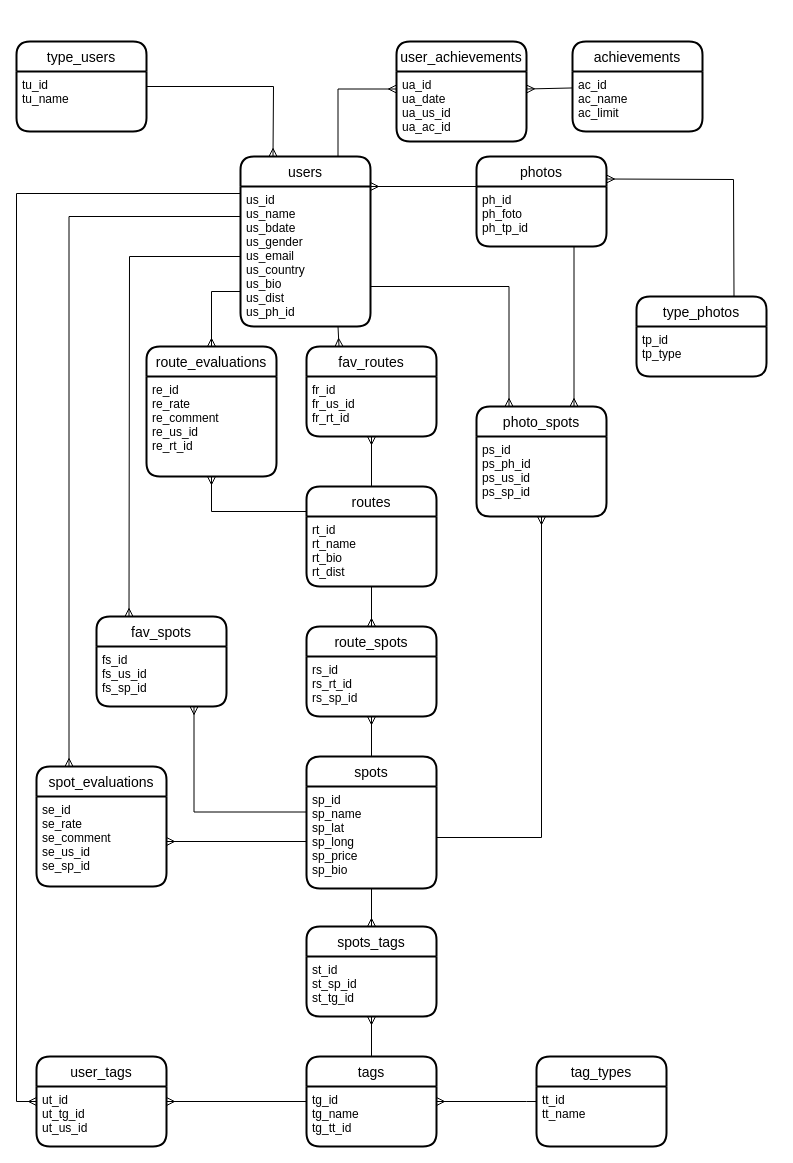
felipesabbado/Ulide keeps this draw.io diagram as Base de dados/Diagrama_base_de_dados.drawio. Above is the earlier version. Source tidied: cells renumbered, new cells numbered last; positions are measured from the earlier drawing's top-left corner, leaving out a move shared by most shapes. Both pictures are drawn from the tidied source at 100%, with x=0, y=0 at pixel (16, 41).
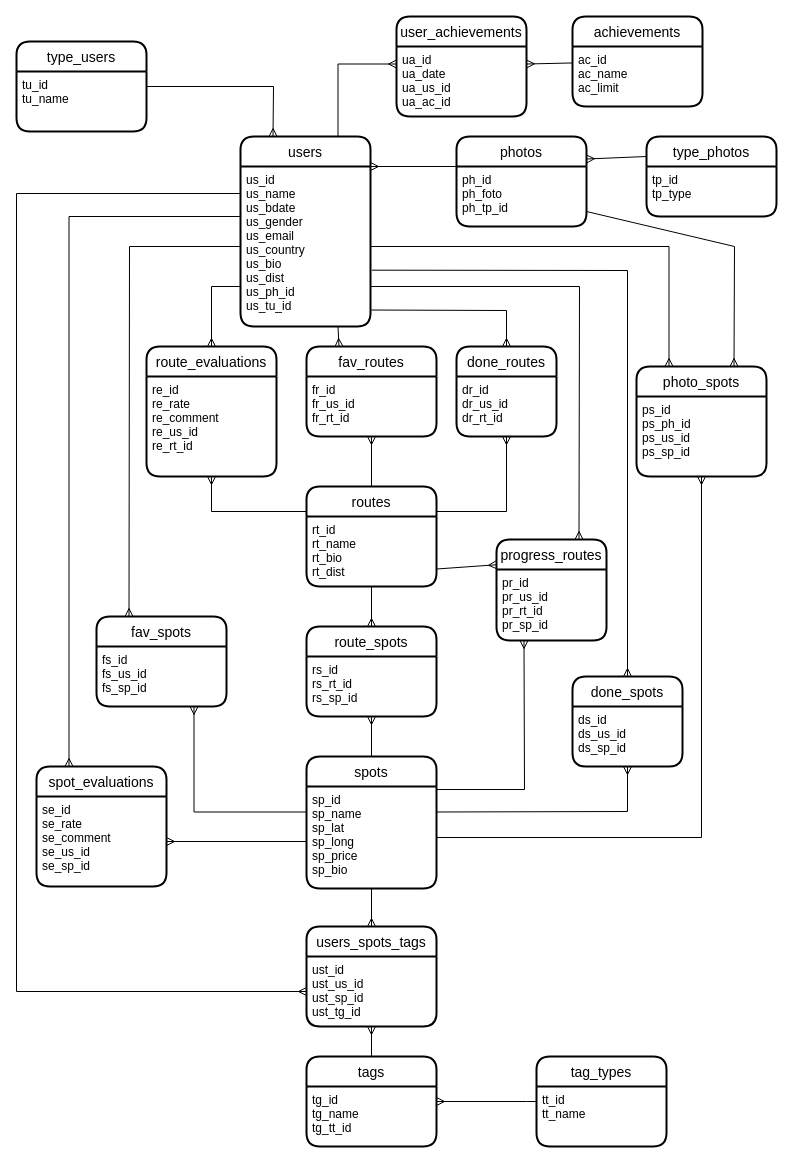
After the change.

Commit message (it also covers changes not shown here):
Update Data Base Diagram

Unchanged cells that the change refers to:
```xml
<mxCell id="15" value="routes" style="swimlane;horizontal=1;startSize=30;rounded=1;fontSize=14;fontStyle=0;strokeWidth=2;shadow=0;dashed=0;align=center;" parent="1" vertex="1">
  <mxGeometry x="290" y="445" width="130" height="100" as="geometry" />
</mxCell>
<mxCell id="16" value="rt_id&#10;rt_name&#10;rt_bio&#10;rt_dist" style="align=left;strokeColor=none;fillColor=none;spacingLeft=4;fontSize=12;verticalAlign=top;" parent="15" vertex="1">
  <mxGeometry y="30" width="130" height="70" as="geometry" />
</mxCell>
<mxCell id="20" value="spots" style="swimlane;horizontal=1;startSize=30;rounded=1;fontSize=14;fontStyle=0;strokeWidth=2;shadow=0;dashed=0;align=center;" parent="1" vertex="1">
  <mxGeometry x="290" y="715" width="130" height="132" as="geometry" />
</mxCell>
<mxCell id="21" value="sp_id&#10;sp_name&#10;sp_lat&#10;sp_long&#10;sp_price&#10;sp_bio" style="align=left;strokeColor=none;fillColor=none;spacingLeft=4;fontSize=12;verticalAlign=top;" parent="20" vertex="1">
  <mxGeometry y="30" width="130" height="102" as="geometry" />
</mxCell>
<mxCell id="26" value="tg_id&#10;tg_name&#10;tg_tt_id" style="align=left;strokeColor=none;fillColor=none;spacingLeft=4;fontSize=12;verticalAlign=top;" parent="25" vertex="1">
  <mxGeometry y="30" width="130" height="60" as="geometry" />
</mxCell>
<mxCell id="27" value="route_evaluations" style="swimlane;horizontal=1;startSize=30;rounded=1;fontSize=14;fontStyle=0;strokeWidth=2;shadow=0;dashed=0;align=center;" parent="1" vertex="1">
  <mxGeometry x="130" y="305" width="130" height="130" as="geometry" />
</mxCell>
<mxCell id="33" value="fav_spots" style="swimlane;horizontal=1;startSize=30;rounded=1;fontSize=14;fontStyle=0;strokeWidth=2;shadow=0;dashed=0;align=center;" parent="1" vertex="1">
  <mxGeometry x="80" y="575" width="130" height="90" as="geometry" />
</mxCell>
<mxCell id="42" value="ua_id&#10;ua_date&#10;ua_us_id&#10;ua_ac_id" style="align=left;strokeColor=none;fillColor=none;spacingLeft=4;fontSize=12;verticalAlign=top;" parent="41" vertex="1">
  <mxGeometry y="30" width="130" height="70" as="geometry" />
</mxCell>
<mxCell id="53" value="ph_id&#10;ph_foto&#10;ph_tp_id" style="align=left;strokeColor=none;fillColor=none;spacingLeft=4;fontSize=12;verticalAlign=top;" parent="52" vertex="1">
  <mxGeometry y="30" width="130" height="60" as="geometry" />
</mxCell>
<mxCell id="57" value="ps_id&#10;ps_ph_id&#10;ps_us_id&#10;ps_sp_id" style="align=left;strokeColor=none;fillColor=none;spacingLeft=4;fontSize=12;verticalAlign=top;" parent="56" vertex="1">
  <mxGeometry y="30" width="130" height="80" as="geometry" />
</mxCell>
```

Change to the diagram source:
```diff
@@
     <mxCell id="8" style="fontSize=12;html=1;endArrow=ERmany;rounded=0;exitX=0;exitY=0.75;exitDx=0;exitDy=0;entryX=0.5;entryY=0;entryDx=0;entryDy=0;" parent="1" edge="1" source="10" target="27">
       <mxGeometry relative="1" as="geometry">
         <Array as="points">
-          <mxPoint x="195" y="250" />
+          <mxPoint x="195" y="245" />
         </Array>
       </mxGeometry>
     </mxCell>
+    <mxCell id="61" style="edgeStyle=none;rounded=0;jettySize=auto;html=1;exitX=1.01;exitY=0.648;exitDx=0;exitDy=0;entryX=0.5;entryY=0;entryDx=0;entryDy=0;startArrow=none;startFill=0;endArrow=ERmany;endFill=0;exitPerimeter=0;" parent="1" edge="1" source="10" target="67">
+      <mxGeometry relative="1" as="geometry">
+        <Array as="points">
+          <mxPoint x="611" y="229" />
+        </Array>
+      </mxGeometry>
+    </mxCell>
     <mxCell id="9" value="users" style="swimlane;horizontal=1;startSize=30;rounded=1;fontSize=14;fontStyle=0;strokeWidth=2;shadow=0;dashed=0;align=center;" parent="1" vertex="1">
-      <mxGeometry x="224" y="115" width="130" height="170" as="geometry" />
+      <mxGeometry x="224" y="95" width="130" height="190" as="geometry" />
     </mxCell>
-    <mxCell id="10" value="us_id&#10;us_name&#10;us_bdate&#10;us_gender&#10;us_email&#10;us_country&#10;us_bio&#10;us_dist&#10;us_ph_id" style="align=left;strokeColor=none;fillColor=none;spacingLeft=4;fontSize=12;verticalAlign=top;" parent="9" vertex="1">
-      <mxGeometry y="30" width="130" height="140" as="geometry" />
+    <mxCell id="10" value="us_id&#10;us_name&#10;us_bdate&#10;us_gender&#10;us_email&#10;us_country&#10;us_bio&#10;us_dist&#10;us_ph_id&#10;us_tu_id" style="align=left;strokeColor=none;fillColor=none;spacingLeft=4;fontSize=12;verticalAlign=top;" parent="9" vertex="1">
+      <mxGeometry y="30" width="130" height="160" as="geometry" />
     </mxCell>
@@
+    <mxCell id="62" style="edgeStyle=none;rounded=0;jettySize=auto;html=1;exitX=1;exitY=0.25;exitDx=0;exitDy=0;startArrow=none;startFill=0;endArrow=ERmany;endFill=0;entryX=0.5;entryY=1;entryDx=0;entryDy=0;" parent="1" edge="1" source="15" target="66">
+      <mxGeometry relative="1" as="geometry">
+        <Array as="points">
+          <mxPoint x="490" y="470" />
+        </Array>
+      </mxGeometry>
+    </mxCell>
@@
-    <mxCell id="22" value="spots_tags" style="swimlane;horizontal=1;startSize=30;rounded=1;fontSize=14;fontStyle=0;strokeWidth=2;shadow=0;dashed=0;align=center;" parent="1" vertex="1">
-      <mxGeometry x="290" y="885" width="130" height="90" as="geometry" />
+    <mxCell id="22" value="users_spots_tags" style="swimlane;horizontal=1;startSize=30;rounded=1;fontSize=14;fontStyle=0;strokeWidth=2;shadow=0;dashed=0;align=center;" parent="1" vertex="1">
+      <mxGeometry x="290" y="885" width="130" height="100" as="geometry" />
     </mxCell>
-    <mxCell id="23" value="st_id&#10;st_sp_id&#10;st_tg_id" style="align=left;strokeColor=none;fillColor=none;spacingLeft=4;fontSize=12;verticalAlign=top;" parent="22" vertex="1">
-      <mxGeometry y="30" width="130" height="60" as="geometry" />
+    <mxCell id="23" value="ust_id&#10;ust_us_id&#10;ust_sp_id&#10;ust_tg_id" style="align=left;strokeColor=none;fillColor=none;spacingLeft=4;fontSize=12;verticalAlign=top;" parent="22" vertex="1">
+      <mxGeometry y="30" width="130" height="70" as="geometry" />
     </mxCell>
@@
     <mxCell id="36" style="edgeStyle=none;rounded=0;jettySize=auto;html=1;startArrow=none;startFill=0;endArrow=ERmany;endFill=0;entryX=0.25;entryY=0;entryDx=0;entryDy=0;exitX=0;exitY=0.5;exitDx=0;exitDy=0;" parent="1" edge="1" source="10" target="33">
       <mxGeometry relative="1" as="geometry">
         <Array as="points">
-          <mxPoint x="113" y="215" />
+          <mxPoint x="113" y="205" />
         </Array>
       </mxGeometry>
     </mxCell>
@@
     <mxCell id="39" style="edgeStyle=orthogonalEdgeStyle;rounded=0;jettySize=auto;html=1;entryX=0.75;entryY=0;entryDx=0;entryDy=0;startArrow=ERmany;startFill=0;endArrow=none;endFill=0;exitX=0;exitY=0.25;exitDx=0;exitDy=0;" parent="1" edge="1" source="42" target="9">
       <mxGeometry relative="1" as="geometry">
         <Array as="points">
-          <mxPoint x="322" y="48" />
+          <mxPoint x="322" y="23" />
         </Array>
       </mxGeometry>
     </mxCell>
@@
     <mxCell id="41" value="user_achievements" style="swimlane;horizontal=1;startSize=30;rounded=1;fontSize=14;fontStyle=0;strokeWidth=2;shadow=0;dashed=0;align=center;" parent="1" vertex="1">
-      <mxGeometry x="380" width="130" height="100" as="geometry" />
+      <mxGeometry x="380" y="-25" width="130" height="100" as="geometry" />
     </mxCell>
@@
-    <mxCell id="44" value="user_tags" style="swimlane;horizontal=1;startSize=30;rounded=1;fontSize=14;fontStyle=0;strokeWidth=2;shadow=0;dashed=0;align=center;" parent="1" vertex="1">
-      <mxGeometry x="20" y="1015" width="130" height="90" as="geometry" />
-    </mxCell>
-    <mxCell id="45" value="ut_id&#10;ut_tg_id&#10;ut_us_id" style="align=left;strokeColor=none;fillColor=none;spacingLeft=4;fontSize=12;verticalAlign=top;" parent="44" vertex="1">
-      <mxGeometry y="30" width="130" height="60" as="geometry" />
-    </mxCell>
-    <mxCell id="46" style="edgeStyle=orthogonalEdgeStyle;rounded=0;jettySize=auto;html=1;startArrow=none;startFill=0;endArrow=ERmany;endFill=0;entryX=1;entryY=0.25;entryDx=0;entryDy=0;exitX=0;exitY=0.25;exitDx=0;exitDy=0;" parent="1" edge="1" source="26" target="45">
-      <mxGeometry relative="1" as="geometry" />
-    </mxCell>
     <mxCell id="47" value="achievements" style="swimlane;horizontal=1;startSize=30;rounded=1;fontSize=14;fontStyle=0;strokeWidth=2;shadow=0;dashed=0;align=center;" parent="1" vertex="1">
-      <mxGeometry x="556" width="130" height="90" as="geometry" />
+      <mxGeometry x="556" y="-25" width="130" height="90" as="geometry" />
     </mxCell>
@@
-    <mxCell id="49" style="edgeStyle=none;rounded=0;jettySize=auto;html=1;startArrow=ERmany;startFill=0;endArrow=none;endFill=0;entryX=0.75;entryY=0;entryDx=0;entryDy=0;exitX=1;exitY=0.25;exitDx=0;exitDy=0;" parent="1" edge="1" source="52" target="54">
-      <mxGeometry relative="1" as="geometry">
-        <Array as="points">
-          <mxPoint x="717" y="138" />
-        </Array>
-      </mxGeometry>
-    </mxCell>
@@
-    <mxCell id="51" style="rounded=0;jettySize=auto;html=1;startArrow=none;startFill=0;endArrow=ERmany;endFill=0;exitX=0.75;exitY=1;exitDx=0;exitDy=0;entryX=0.75;entryY=0;entryDx=0;entryDy=0;" parent="1" edge="1" source="53" target="56">
-      <mxGeometry relative="1" as="geometry" />
+    <mxCell id="51" style="rounded=0;jettySize=auto;html=1;startArrow=none;startFill=0;endArrow=ERmany;endFill=0;entryX=0.75;entryY=0;entryDx=0;entryDy=0;exitX=1;exitY=0.75;exitDx=0;exitDy=0;" parent="1" edge="1" source="53" target="56">
+      <mxGeometry relative="1" as="geometry">
+        <Array as="points">
+          <mxPoint x="718" y="205" />
+        </Array>
+      </mxGeometry>
     </mxCell>
     <mxCell id="52" value="photos" style="swimlane;horizontal=1;startSize=30;rounded=1;fontSize=14;fontStyle=0;strokeWidth=2;shadow=0;dashed=0;align=center;" parent="1" vertex="1">
-      <mxGeometry x="460" y="115" width="130" height="90" as="geometry" />
+      <mxGeometry x="440" y="95" width="130" height="90" as="geometry" />
     </mxCell>
@@
+    <mxCell id="63" style="rounded=0;jettySize=auto;html=1;exitX=0;exitY=0.25;exitDx=0;exitDy=0;entryX=1;entryY=0.25;entryDx=0;entryDy=0;endArrow=ERmany;endFill=0;" parent="1" edge="1" source="54" target="52">
+      <mxGeometry relative="1" as="geometry" />
+    </mxCell>
     <mxCell id="54" value="type_photos" style="swimlane;horizontal=1;startSize=30;rounded=1;fontSize=14;fontStyle=0;strokeWidth=2;shadow=0;dashed=0;align=center;" parent="1" vertex="1">
-      <mxGeometry x="620" y="255" width="130" height="80" as="geometry" />
+      <mxGeometry x="630" y="95" width="130" height="80" as="geometry" />
     </mxCell>
@@
     <mxCell id="56" value="photo_spots" style="swimlane;horizontal=1;startSize=30;rounded=1;fontSize=14;fontStyle=0;strokeWidth=2;shadow=0;dashed=0;align=center;" parent="1" vertex="1">
-      <mxGeometry x="460" y="365" width="130" height="110" as="geometry" />
+      <mxGeometry x="620" y="325" width="130" height="110" as="geometry" />
     </mxCell>
@@
-    <mxCell id="58" style="edgeStyle=orthogonalEdgeStyle;rounded=0;jettySize=auto;html=1;entryX=0.25;entryY=0;entryDx=0;entryDy=0;startArrow=none;startFill=0;endArrow=ERmany;endFill=0;exitX=1;exitY=0.837;exitDx=0;exitDy=0;exitPerimeter=0;" parent="1" edge="1" source="10" target="56">
+    <mxCell id="58" style="edgeStyle=orthogonalEdgeStyle;rounded=0;jettySize=auto;html=1;entryX=0.25;entryY=0;entryDx=0;entryDy=0;startArrow=none;startFill=0;endArrow=ERmany;endFill=0;exitX=1;exitY=0.5;exitDx=0;exitDy=0;" parent="1" edge="1" source="10" target="56">
       <mxGeometry relative="1" as="geometry">
         <Array as="points">
-          <mxPoint x="492" y="245" />
+          <mxPoint x="652" y="205" />
         </Array>
       </mxGeometry>
     </mxCell>
     <mxCell id="59" style="edgeStyle=orthogonalEdgeStyle;rounded=0;jettySize=auto;html=1;entryX=1;entryY=0.5;entryDx=0;entryDy=0;startArrow=ERmany;startFill=0;endArrow=none;endFill=0;exitX=0.5;exitY=1;exitDx=0;exitDy=0;" parent="1" edge="1" source="57" target="21">
       <mxGeometry relative="1" as="geometry">
         <Array as="points">
-          <mxPoint x="525" y="796" />
+          <mxPoint x="685" y="796" />
         </Array>
       </mxGeometry>
     </mxCell>
-    <mxCell id="60" style="edgeStyle=orthogonalEdgeStyle;rounded=0;jettySize=auto;html=1;startArrow=none;startFill=0;endArrow=ERmany;endFill=0;exitX=0;exitY=0.25;exitDx=0;exitDy=0;entryX=0;entryY=0.5;entryDx=0;entryDy=0;" parent="1" edge="1" source="9" target="44">
+    <mxCell id="60" style="edgeStyle=orthogonalEdgeStyle;rounded=0;jettySize=auto;html=1;startArrow=none;startFill=0;endArrow=ERmany;endFill=0;exitX=0;exitY=0.25;exitDx=0;exitDy=0;entryX=0;entryY=0.5;entryDx=0;entryDy=0;" parent="1" edge="1" source="9" target="23">
       <mxGeometry relative="1" as="geometry">
         <Array as="points">
+          <mxPoint x="224" y="152" />
           <mxPoint y="152" />
-          <mxPoint y="1060" />
+          <mxPoint y="950" />
         </Array>
       </mxGeometry>
     </mxCell>
+    <mxCell id="64" style="edgeStyle=none;rounded=0;jettySize=auto;html=1;exitX=0.5;exitY=0;exitDx=0;exitDy=0;entryX=1.007;entryY=0.897;entryDx=0;entryDy=0;entryPerimeter=0;endArrow=none;endFill=0;startArrow=ERmany;startFill=0;" parent="1" edge="1" source="65" target="10">
+      <mxGeometry relative="1" as="geometry">
+        <Array as="points">
+          <mxPoint x="490" y="269" />
+        </Array>
+      </mxGeometry>
+    </mxCell>
+    <mxCell id="65" value="done_routes" style="swimlane;horizontal=1;startSize=30;rounded=1;fontSize=14;fontStyle=0;strokeWidth=2;shadow=0;dashed=0;align=center;" parent="1" vertex="1">
+      <mxGeometry x="440" y="305" width="100" height="90" as="geometry" />
+    </mxCell>
+    <mxCell id="66" value="dr_id&#10;dr_us_id&#10;dr_rt_id" style="align=left;strokeColor=none;fillColor=none;spacingLeft=4;fontSize=12;verticalAlign=top;" parent="65" vertex="1">
+      <mxGeometry y="30" width="100" height="60" as="geometry" />
+    </mxCell>
+    <mxCell id="67" value="done_spots" style="swimlane;horizontal=1;startSize=30;rounded=1;fontSize=14;fontStyle=0;strokeWidth=2;shadow=0;dashed=0;align=center;" parent="1" vertex="1">
+      <mxGeometry x="556" y="635" width="110" height="90" as="geometry" />
+    </mxCell>
+    <mxCell id="68" value="ds_id&#10;ds_us_id&#10;ds_sp_id" style="align=left;strokeColor=none;fillColor=none;spacingLeft=4;fontSize=12;verticalAlign=top;" parent="67" vertex="1">
+      <mxGeometry y="30" width="110" height="60" as="geometry" />
+    </mxCell>
+    <mxCell id="69" style="edgeStyle=none;rounded=0;jettySize=auto;html=1;exitX=1;exitY=0.25;exitDx=0;exitDy=0;startArrow=none;startFill=0;endArrow=ERmany;endFill=0;entryX=0.5;entryY=1;entryDx=0;entryDy=0;" parent="1" edge="1" source="21" target="68">
+      <mxGeometry relative="1" as="geometry">
+        <Array as="points">
+          <mxPoint x="611" y="770" />
+        </Array>
+      </mxGeometry>
+    </mxCell>
+    <mxCell id="70" value="progress_routes" style="swimlane;horizontal=1;startSize=30;rounded=1;fontSize=14;fontStyle=0;strokeWidth=2;shadow=0;dashed=0;align=center;" parent="1" vertex="1">
+      <mxGeometry x="480" y="498" width="110" height="101" as="geometry" />
+    </mxCell>
+    <mxCell id="71" value="pr_id&#10;pr_us_id&#10;pr_rt_id&#10;pr_sp_id" style="align=left;strokeColor=none;fillColor=none;spacingLeft=4;fontSize=12;verticalAlign=top;" parent="70" vertex="1">
+      <mxGeometry y="30" width="110" height="71" as="geometry" />
+    </mxCell>
+    <mxCell id="72" style="edgeStyle=none;rounded=0;jettySize=auto;html=1;exitX=0.25;exitY=1;exitDx=0;exitDy=0;entryX=1;entryY=0.25;entryDx=0;entryDy=0;startArrow=ERmany;startFill=0;endArrow=none;endFill=0;" parent="1" edge="1" source="71" target="20">
+      <mxGeometry relative="1" as="geometry">
+        <Array as="points">
+          <mxPoint x="508" y="748" />
+        </Array>
+      </mxGeometry>
+    </mxCell>
+    <mxCell id="73" style="edgeStyle=none;rounded=0;jettySize=auto;html=1;exitX=1;exitY=0.75;exitDx=0;exitDy=0;entryX=0;entryY=0.25;entryDx=0;entryDy=0;startArrow=none;startFill=0;endArrow=ERmany;endFill=0;" parent="1" edge="1" source="16" target="70">
+      <mxGeometry relative="1" as="geometry" />
+    </mxCell>
+    <mxCell id="74" style="edgeStyle=none;rounded=0;jettySize=auto;html=1;exitX=1;exitY=0.75;exitDx=0;exitDy=0;entryX=0.75;entryY=0;entryDx=0;entryDy=0;startArrow=none;startFill=0;endArrow=ERmany;endFill=0;" parent="1" edge="1" source="10" target="70">
+      <mxGeometry relative="1" as="geometry">
+        <Array as="points">
+          <mxPoint x="563" y="245" />
+        </Array>
+      </mxGeometry>
+    </mxCell>
```
